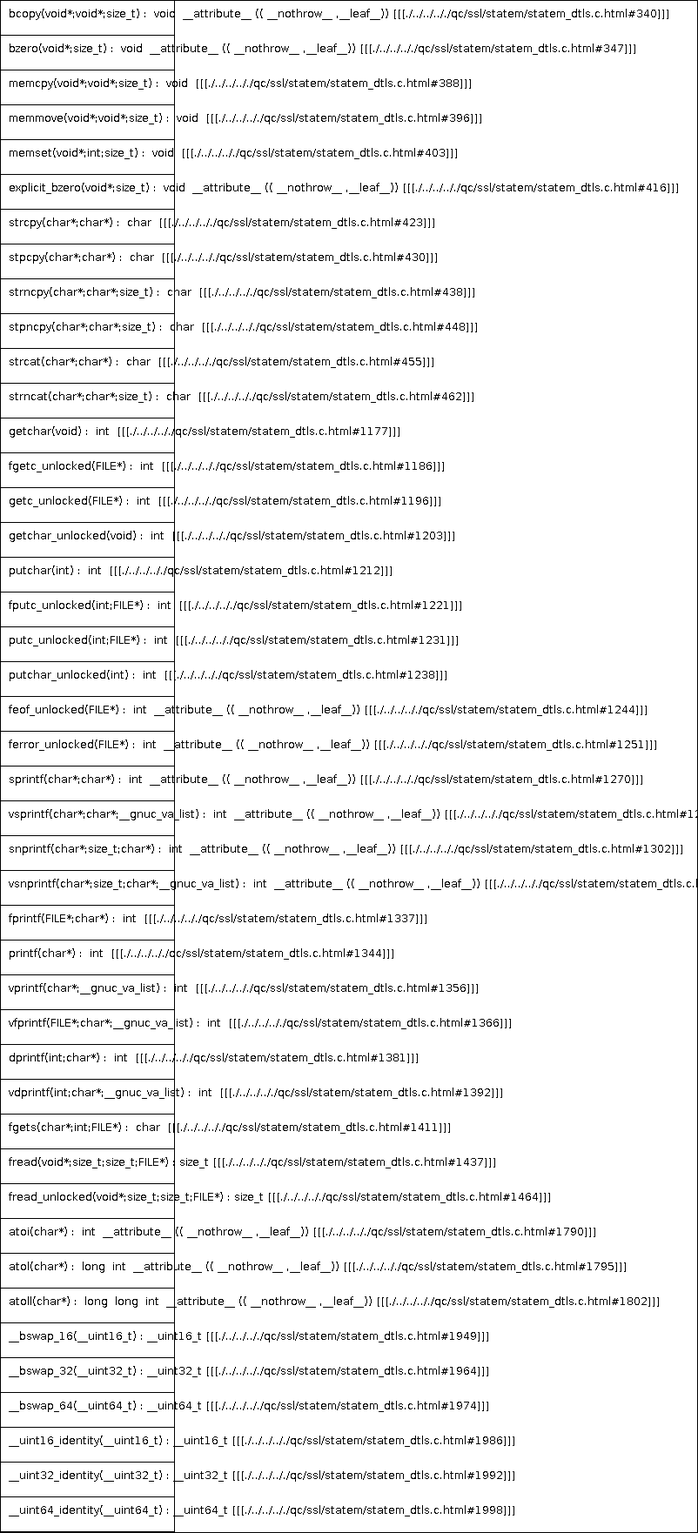
Earlier version of the PlantUML export docs/qc/ssl/statem/statem_dtls.c.png (qualitesys/openssl). Its source is kept beside it as docs/qc/ssl/statem/statem_dtls.c.puml.
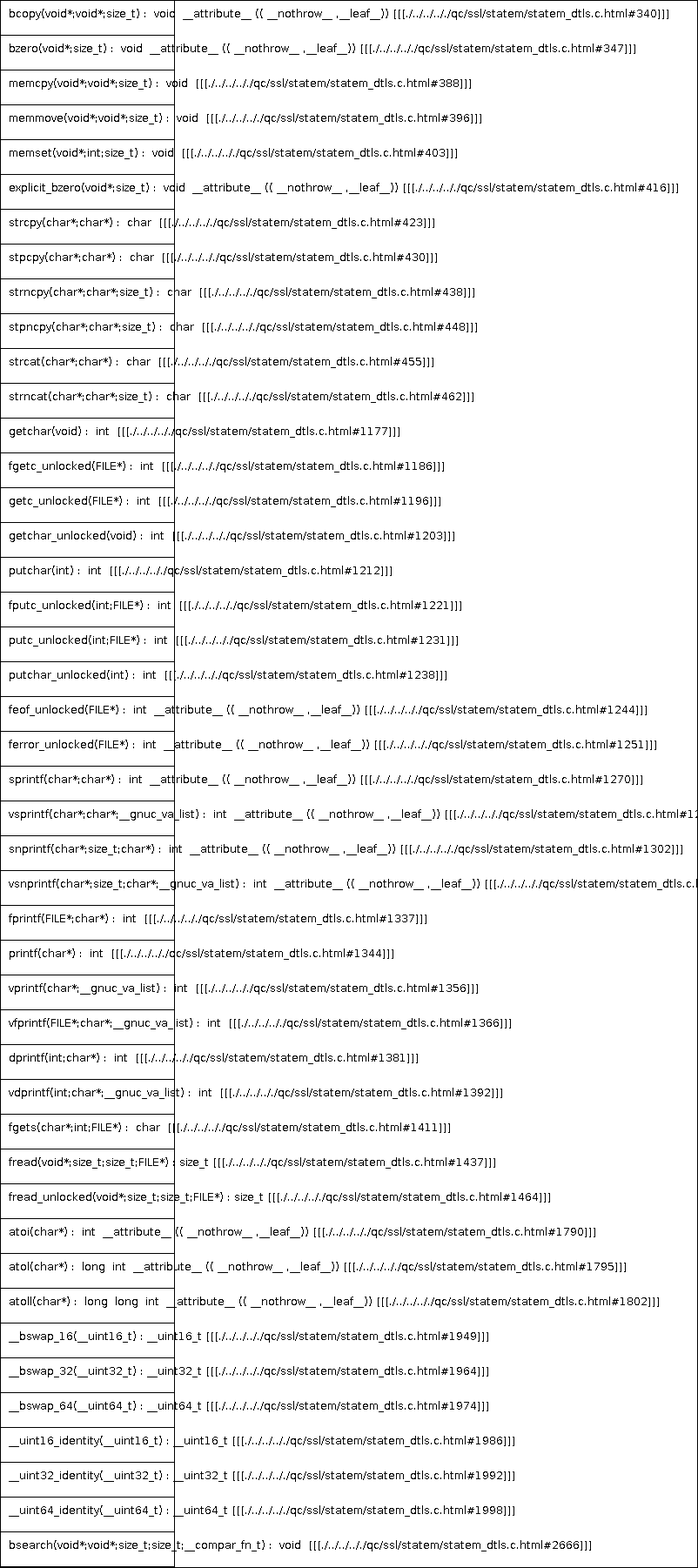
The same file after the commit.

What changed in the source:
```diff
@@ -45,5 +45,6 @@
 __uint16_identity(__uint16_t) : __uint16_t [[[./../../.././qc/ssl/statem/statem_dtls.c.html#1986]]]
 __uint32_identity(__uint32_t) : __uint32_t [[[./../../.././qc/ssl/statem/statem_dtls.c.html#1992]]]
 __uint64_identity(__uint64_t) : __uint64_t [[[./../../.././qc/ssl/statem/statem_dtls.c.html#1998]]]
+bsearch(void*;void*;size_t;size_t;__compar_fn_t) :  void  [[[./../../.././qc/ssl/statem/statem_dtls.c.html#2666]]]
 }
 @enduml
```
